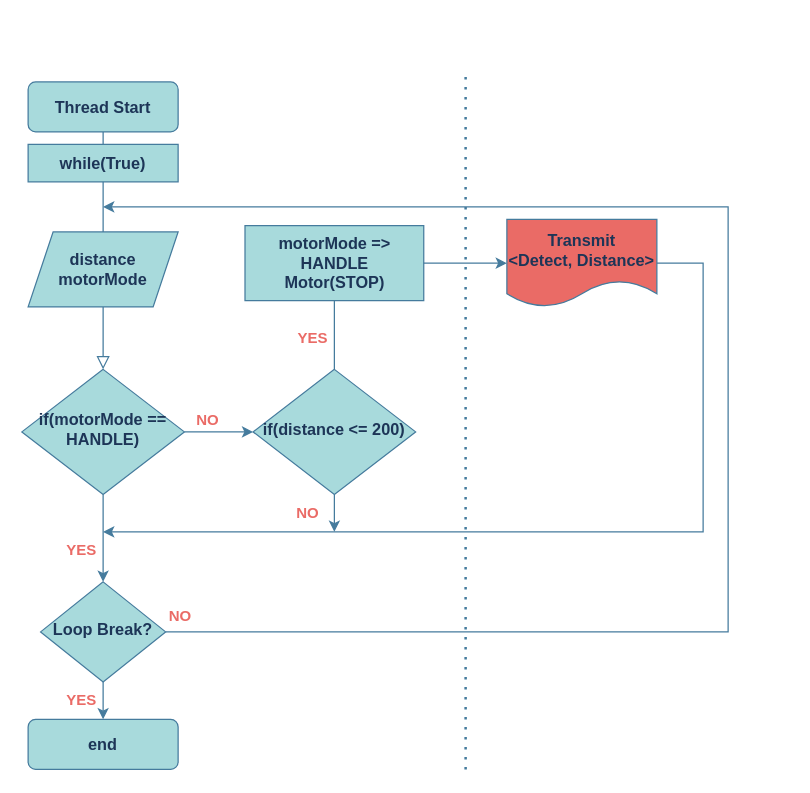
This is SonicDetect.drawio from tubtrbE/stm32_RTOS, a draw.io file, before an edit. Source tidied: cells renumbered, new cells numbered last; positions are measured from the earlier drawing's top-left corner, leaving out a move shared by most shapes. Both pictures are drawn from the tidied source at 125%, with x=0, y=0 at pixel (21, 75).
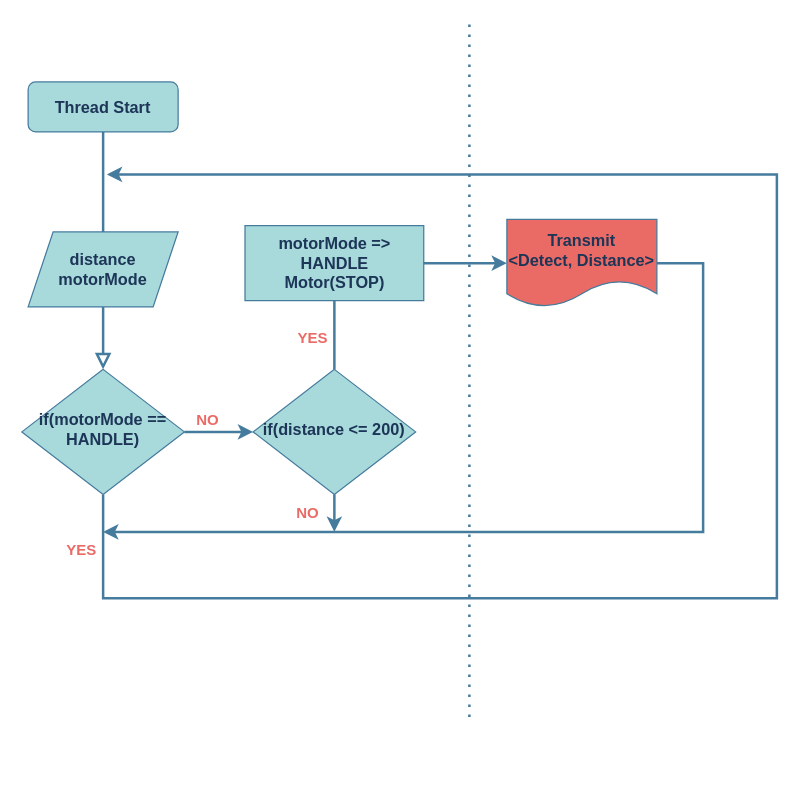
Above is the later version.

The change refers to these unchanged cells:
```xml
<mxCell id="3" value="Thread Start" style="rounded=1;whiteSpace=wrap;html=1;fontSize=13;glass=0;strokeWidth=1;shadow=0;fillColor=#A8DADC;strokeColor=#457B9D;fontColor=#1D3557;fontStyle=1;" parent="1" vertex="1">
  <mxGeometry x="5" y="5" width="120" height="40" as="geometry" />
</mxCell>
<mxCell id="6" value="if(motorMode == HANDLE)" style="rhombus;whiteSpace=wrap;html=1;shadow=0;fontFamily=Helvetica;fontSize=13;align=center;strokeWidth=1;spacing=6;spacingTop=-4;fillColor=#A8DADC;strokeColor=#457B9D;fontColor=#1D3557;fontStyle=1;" parent="1" vertex="1">
  <mxGeometry y="235" width="130" height="100" as="geometry" />
</mxCell>
<mxCell id="15" value="if(distance &amp;lt;= 200)" style="rhombus;whiteSpace=wrap;html=1;shadow=0;fontFamily=Helvetica;fontSize=13;align=center;strokeWidth=1;spacing=6;spacingTop=-4;fillColor=#A8DADC;strokeColor=#457B9D;fontColor=#1D3557;fontStyle=1;" parent="1" vertex="1">
  <mxGeometry x="185" y="235" width="130" height="100" as="geometry" />
</mxCell>
<mxCell id="18" value="Transmit&lt;br style=&quot;font-size: 13px;&quot;&gt;&amp;lt;Detect, Distance&amp;gt;" style="shape=document;whiteSpace=wrap;html=1;boundedLbl=1;fillColor=#EA6B66;strokeColor=#457B9D;fontColor=#1D3557;fontStyle=1;fontSize=13;" parent="1" vertex="1">
  <mxGeometry x="388" y="115" width="120" height="70" as="geometry" />
</mxCell>
```

What changed in the source:
```diff
@@
-    <mxCell id="2" style="rounded=0;html=1;jettySize=auto;fontSize=11;endArrow=block;endFill=0;endSize=8;strokeWidth=1;shadow=0;labelBackgroundColor=none;edgeStyle=orthogonalEdgeStyle;strokeColor=#457B9D;fontColor=#1D3557;" parent="1" edge="1" source="3" target="6">
+    <mxCell id="2" style="rounded=0;html=1;jettySize=auto;fontSize=11;endArrow=block;endFill=0;endSize=8;strokeWidth=2;shadow=0;labelBackgroundColor=none;edgeStyle=orthogonalEdgeStyle;strokeColor=#457B9D;fontColor=#1D3557;" parent="1" edge="1" source="3" target="6">
       <mxGeometry relative="1" as="geometry" />
     </mxCell>
@@
-    <mxCell id="4" style="edgeStyle=orthogonalEdgeStyle;rounded=0;jettySize=auto;html=1;entryX=0.5;entryY=0;entryDx=0;entryDy=0;labelBackgroundColor=#F1FAEE;strokeColor=#457B9D;fontColor=#1D3557;" parent="1" edge="1" source="6" target="11">
-      <mxGeometry relative="1" as="geometry" />
+    <mxCell id="4" style="edgeStyle=orthogonalEdgeStyle;rounded=0;jettySize=auto;html=1;labelBackgroundColor=#F1FAEE;strokeColor=#457B9D;fontColor=#1D3557;strokeWidth=2;" parent="1" edge="1" source="6">
+      <mxGeometry relative="1" as="geometry">
+        <mxPoint x="68" y="79" as="targetPoint" />
+        <Array as="points">
+          <mxPoint x="65" y="418" />
+          <mxPoint x="604" y="418" />
+          <mxPoint x="604" y="79" />
+        </Array>
+      </mxGeometry>
     </mxCell>
-    <mxCell id="5" style="edgeStyle=orthogonalEdgeStyle;rounded=0;jettySize=auto;html=1;exitX=1;exitY=0.5;exitDx=0;exitDy=0;entryX=0;entryY=0.5;entryDx=0;entryDy=0;labelBackgroundColor=#F1FAEE;strokeColor=#457B9D;fontColor=#1D3557;" parent="1" edge="1" source="6" target="15">
+    <mxCell id="5" style="edgeStyle=orthogonalEdgeStyle;rounded=0;jettySize=auto;html=1;exitX=1;exitY=0.5;exitDx=0;exitDy=0;entryX=0;entryY=0.5;entryDx=0;entryDy=0;labelBackgroundColor=#F1FAEE;strokeColor=#457B9D;fontColor=#1D3557;strokeWidth=2;" parent="1" edge="1" source="6" target="15">
       <mxGeometry relative="1" as="geometry" />
     </mxCell>
@@
-    <mxCell id="7" value="end" style="rounded=1;whiteSpace=wrap;html=1;fontSize=13;glass=0;strokeWidth=1;shadow=0;fillColor=#A8DADC;strokeColor=#457B9D;fontColor=#1D3557;fontStyle=1;" parent="1" vertex="1">
-      <mxGeometry x="5" y="515" width="120" height="40" as="geometry" />
-    </mxCell>
-    <mxCell id="8" value="while(True)" style="rounded=0;whiteSpace=wrap;html=1;fillColor=#A8DADC;strokeColor=#457B9D;fontColor=#1D3557;fontStyle=1;fontSize=13;" parent="1" vertex="1">
-      <mxGeometry x="5" y="55" width="120" height="30" as="geometry" />
-    </mxCell>
-    <mxCell id="9" style="edgeStyle=orthogonalEdgeStyle;rounded=0;jettySize=auto;html=1;labelBackgroundColor=#F1FAEE;strokeColor=#457B9D;fontColor=#1D3557;" parent="1" edge="1" source="11">
-      <mxGeometry relative="1" as="geometry">
-        <mxPoint x="65" y="105" as="targetPoint" />
-        <Array as="points">
-          <mxPoint x="565" y="445" />
-          <mxPoint x="565" y="105" />
-        </Array>
-      </mxGeometry>
-    </mxCell>
-    <mxCell id="10" style="edgeStyle=orthogonalEdgeStyle;rounded=0;jettySize=auto;html=1;exitX=0.5;exitY=1;exitDx=0;exitDy=0;entryX=0.5;entryY=0;entryDx=0;entryDy=0;labelBackgroundColor=#F1FAEE;strokeColor=#457B9D;fontColor=#1D3557;" parent="1" edge="1" source="11" target="7">
-      <mxGeometry relative="1" as="geometry" />
-    </mxCell>
-    <mxCell id="11" value="Loop Break?" style="rhombus;whiteSpace=wrap;html=1;shadow=0;fontFamily=Helvetica;fontSize=13;align=center;strokeWidth=1;spacing=6;spacingTop=-4;fillColor=#A8DADC;strokeColor=#457B9D;fontColor=#1D3557;fontStyle=1;" parent="1" vertex="1">
-      <mxGeometry x="15" y="405" width="100" height="80" as="geometry" />
-    </mxCell>
@@
-    <mxCell id="13" style="edgeStyle=orthogonalEdgeStyle;rounded=0;jettySize=auto;html=1;entryX=0;entryY=0.5;entryDx=0;entryDy=0;labelBackgroundColor=#F1FAEE;strokeColor=#457B9D;fontColor=#1D3557;" parent="1" edge="1" source="15" target="18">
+    <mxCell id="13" style="edgeStyle=orthogonalEdgeStyle;rounded=0;jettySize=auto;html=1;entryX=0;entryY=0.5;entryDx=0;entryDy=0;labelBackgroundColor=#F1FAEE;strokeColor=#457B9D;fontColor=#1D3557;strokeWidth=2;" parent="1" edge="1" source="15" target="18">
       <mxGeometry relative="1" as="geometry">
         <Array as="points">
           <mxPoint x="250" y="150" />
         </Array>
       </mxGeometry>
     </mxCell>
-    <mxCell id="14" style="edgeStyle=orthogonalEdgeStyle;rounded=0;jettySize=auto;html=1;labelBackgroundColor=#F1FAEE;strokeColor=#457B9D;fontColor=#1D3557;" parent="1" edge="1" source="15">
+    <mxCell id="14" style="edgeStyle=orthogonalEdgeStyle;rounded=0;jettySize=auto;html=1;labelBackgroundColor=#F1FAEE;strokeColor=#457B9D;fontColor=#1D3557;strokeWidth=2;" parent="1" edge="1" source="15">
       <mxGeometry relative="1" as="geometry">
         <mxPoint x="250" y="365" as="targetPoint" />
       </mxGeometry>
     </mxCell>
@@
-    <mxCell id="17" style="edgeStyle=orthogonalEdgeStyle;rounded=0;jettySize=auto;html=1;labelBackgroundColor=#F1FAEE;strokeColor=#457B9D;fontColor=#1D3557;" parent="1" edge="1" source="18">
+    <mxCell id="17" style="edgeStyle=orthogonalEdgeStyle;rounded=0;jettySize=auto;html=1;labelBackgroundColor=#F1FAEE;strokeColor=#457B9D;fontColor=#1D3557;strokeWidth=2;" parent="1" edge="1" source="18">
       <mxGeometry relative="1" as="geometry">
         <mxPoint x="65" y="365" as="targetPoint" />
         <Array as="points">
           <mxPoint x="545" y="150" />
           <mxPoint x="545" y="365" />
         </Array>
       </mxGeometry>
     </mxCell>
@@
     <mxCell id="19" style="endArrow=none;dashed=1;html=1;dashPattern=1 3;strokeWidth=2;rounded=0;labelBackgroundColor=#F1FAEE;strokeColor=#457B9D;fontColor=#1D3557;" parent="1" edge="1">
       <mxGeometry relative="1" as="geometry">
-        <mxPoint x="355" y="555" as="sourcePoint" />
-        <mxPoint x="355" as="targetPoint" />
+        <mxPoint x="358" y="513" as="sourcePoint" />
+        <mxPoint x="358" y="-42" as="targetPoint" />
       </mxGeometry>
     </mxCell>
@@
-    <mxCell id="21" value="NO" style="text;html=1;strokeColor=none;fillColor=none;align=center;verticalAlign=middle;whiteSpace=wrap;rounded=0;fontColor=#EA6B66;fontStyle=1;" parent="1" vertex="1">
-      <mxGeometry x="199" y="335" width="60" height="30" as="geometry" />
-    </mxCell>
@@
-    <mxCell id="23" value="NO" style="text;html=1;strokeColor=none;fillColor=none;align=center;verticalAlign=middle;whiteSpace=wrap;rounded=0;fontColor=#EA6B66;fontStyle=1;" parent="1" vertex="1">
-      <mxGeometry x="97" y="418" width="60" height="30" as="geometry" />
-    </mxCell>
-    <mxCell id="24" value="NO" style="text;html=1;strokeColor=none;fillColor=none;align=center;verticalAlign=middle;whiteSpace=wrap;rounded=0;fontColor=#EA6B66;fontStyle=1;" parent="1" vertex="1">
-      <mxGeometry x="118.5" y="261" width="60" height="30" as="geometry" />
-    </mxCell>
-    <mxCell id="25" value="YES" style="text;html=1;strokeColor=none;fillColor=none;align=center;verticalAlign=middle;whiteSpace=wrap;rounded=0;fontColor=#EA6B66;fontStyle=1;" parent="1" vertex="1">
-      <mxGeometry x="18" y="485" width="60" height="30" as="geometry" />
-    </mxCell>
+    <mxCell id="26" value="NO" style="text;html=1;strokeColor=none;fillColor=none;align=center;verticalAlign=middle;whiteSpace=wrap;rounded=0;fontColor=#EA6B66;fontStyle=1;" parent="1" vertex="1">
+      <mxGeometry x="199" y="335" width="60" height="30" as="geometry" />
+    </mxCell>
+    <mxCell id="27" value="NO" style="text;html=1;strokeColor=none;fillColor=none;align=center;verticalAlign=middle;whiteSpace=wrap;rounded=0;fontColor=#EA6B66;fontStyle=1;" parent="1" vertex="1">
+      <mxGeometry x="118.5" y="261" width="60" height="30" as="geometry" />
+    </mxCell>
```
